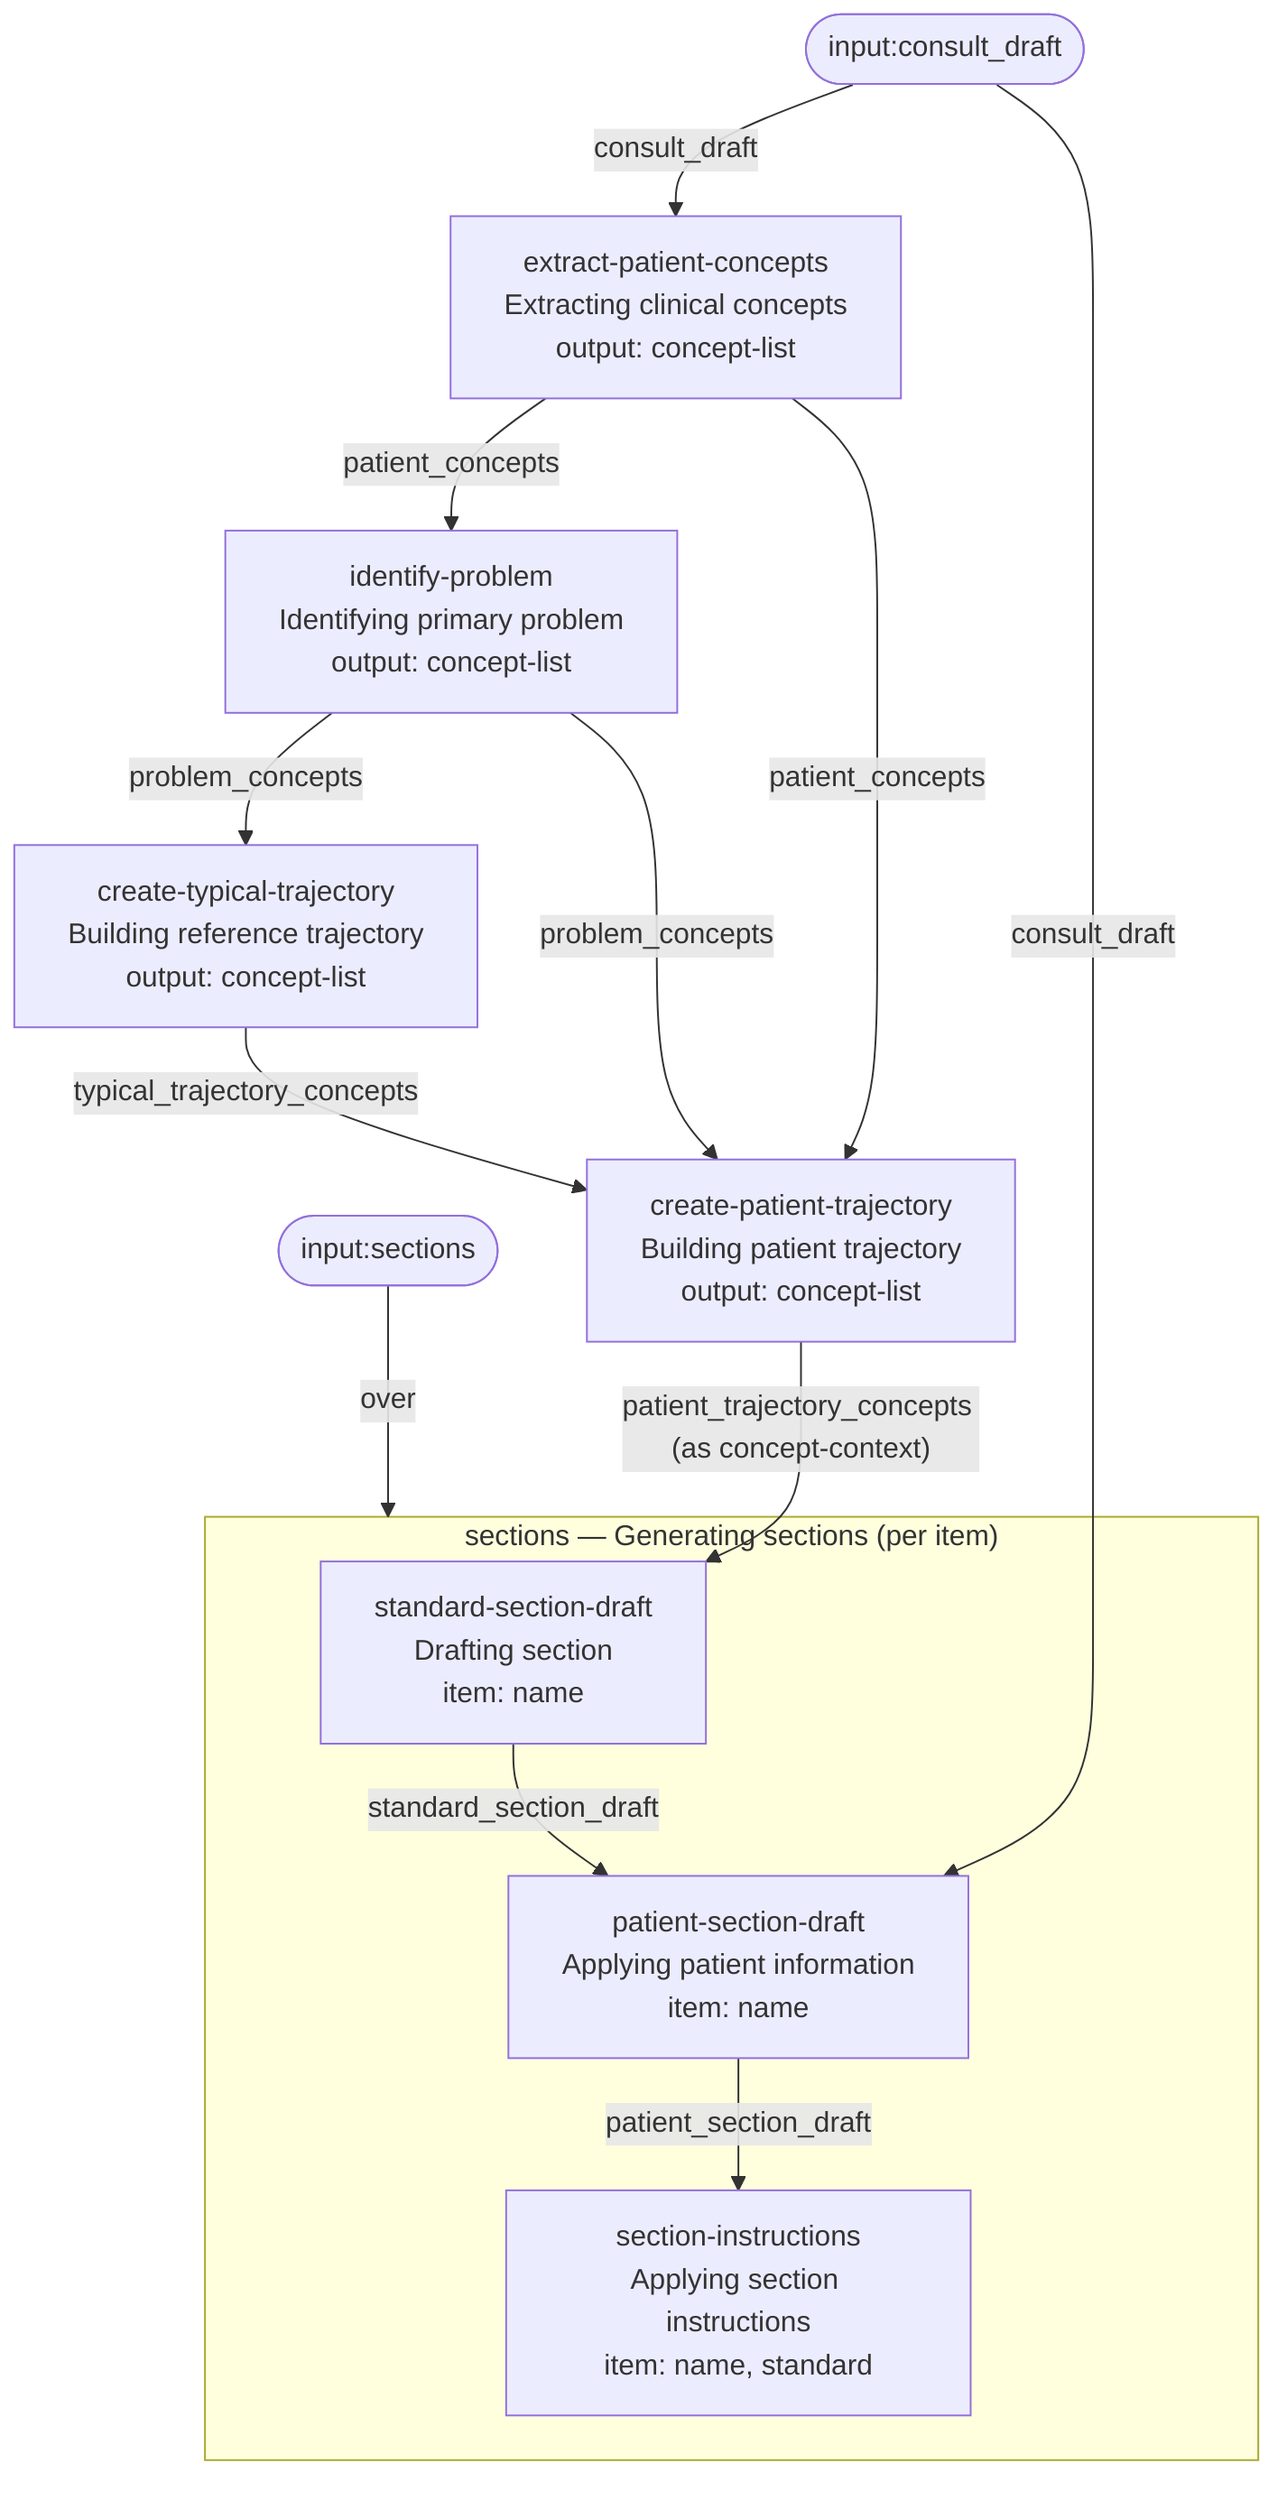
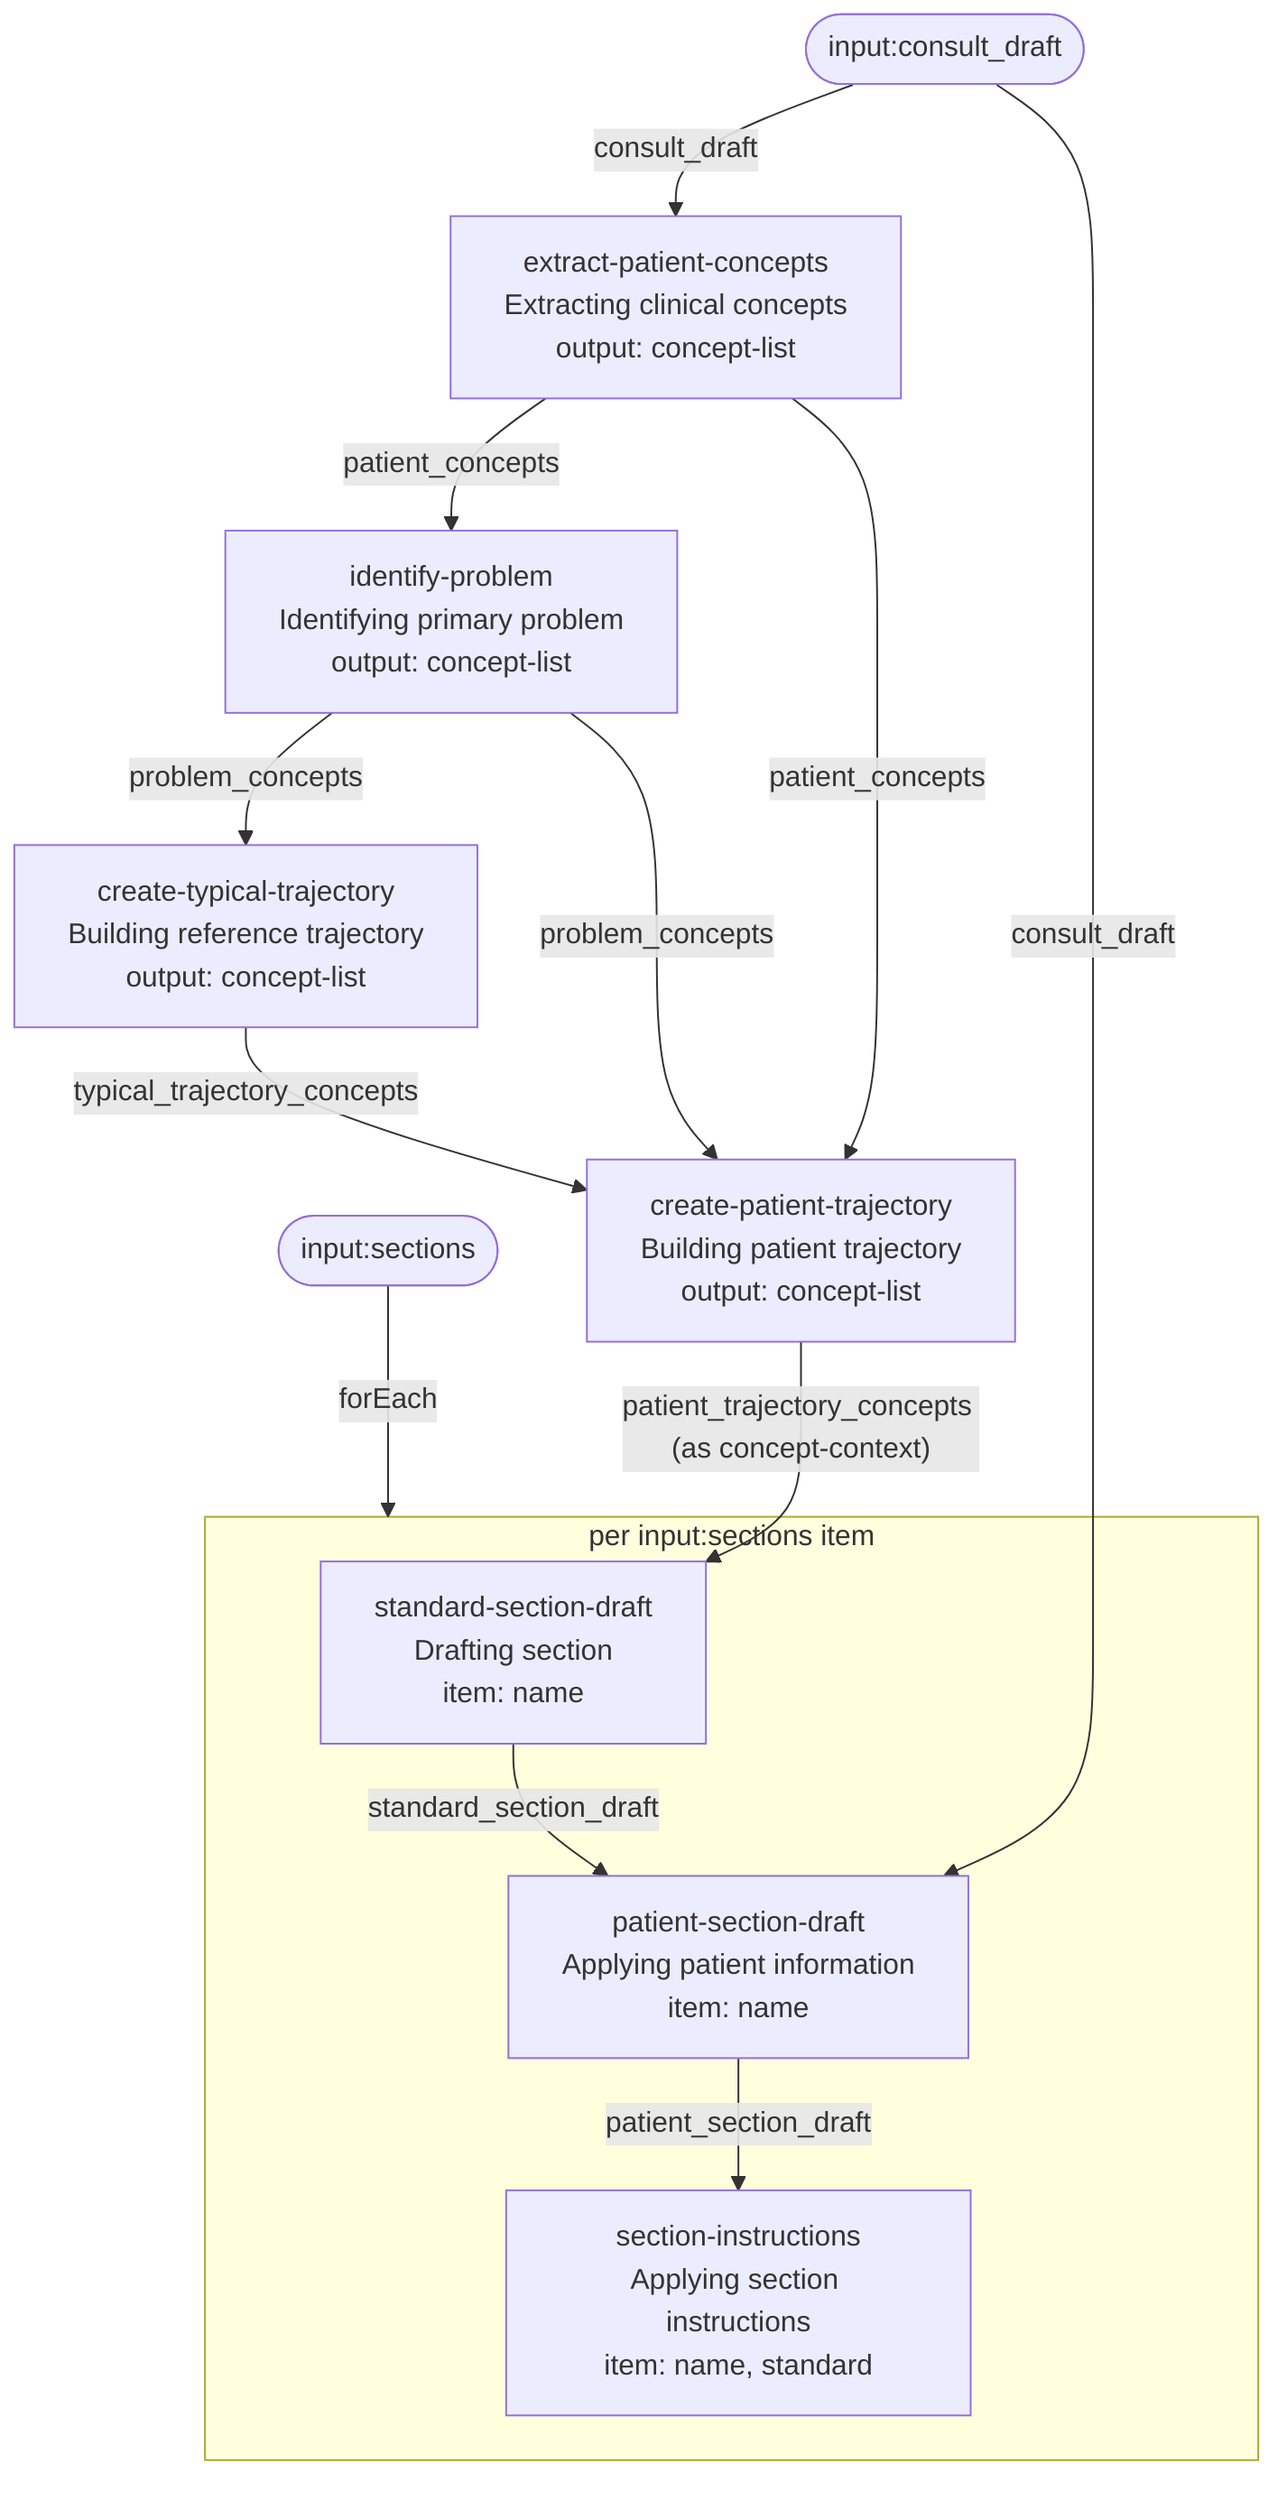
flowchart TD
    input_consult_draft(["input:consult_draft"])
    input_sections(["input:sections"])

    extract_patient_concepts["extract-patient-concepts<br/>Extracting clinical concepts<br/>output: concept-list"]
    input_consult_draft -->|"consult_draft"| extract_patient_concepts
    identify_problem["identify-problem<br/>Identifying primary problem<br/>output: concept-list"]
    extract_patient_concepts -->|"patient_concepts"| identify_problem
    create_typical_trajectory["create-typical-trajectory<br/>Building reference trajectory<br/>output: concept-list"]
    identify_problem -->|"problem_concepts"| create_typical_trajectory
    create_patient_trajectory["create-patient-trajectory<br/>Building patient trajectory<br/>output: concept-list"]
    identify_problem -->|"problem_concepts"| create_patient_trajectory
    extract_patient_concepts -->|"patient_concepts"| create_patient_trajectory
    create_typical_trajectory -->|"typical_trajectory_concepts"| create_patient_trajectory

-     input_sections -->|"over"| sections
-     subgraph sections["sections — Generating sections (per item)"]
-         sections_standard_section_draft["standard-section-draft<br/>Drafting section<br/>item: name"]
-         sections_patient_section_draft["patient-section-draft<br/>Applying patient information<br/>item: name"]
-         sections_section_instructions["section-instructions<br/>Applying section instructions<br/>item: name, standard"]
-         sections_standard_section_draft -->|"standard_section_draft"| sections_patient_section_draft
-         sections_patient_section_draft -->|"patient_section_draft"| sections_section_instructions
+     input_sections -->|"forEach"| foreach_input_sections
+     subgraph foreach_input_sections["per input:sections item"]
+         standard_section_draft["standard-section-draft<br/>Drafting section<br/>item: name"]
+         patient_section_draft["patient-section-draft<br/>Applying patient information<br/>item: name"]
+         section_instructions["section-instructions<br/>Applying section instructions<br/>item: name, standard"]
+         standard_section_draft -->|"standard_section_draft"| patient_section_draft
+         patient_section_draft -->|"patient_section_draft"| section_instructions
    end
-     create_patient_trajectory -->|"patient_trajectory_concepts (as concept-context)"| sections_standard_section_draft
-     input_consult_draft -->|"consult_draft"| sections_patient_section_draft
+     create_patient_trajectory -->|"patient_trajectory_concepts (as concept-context)"| standard_section_draft
+     input_consult_draft -->|"consult_draft"| patient_section_draft
